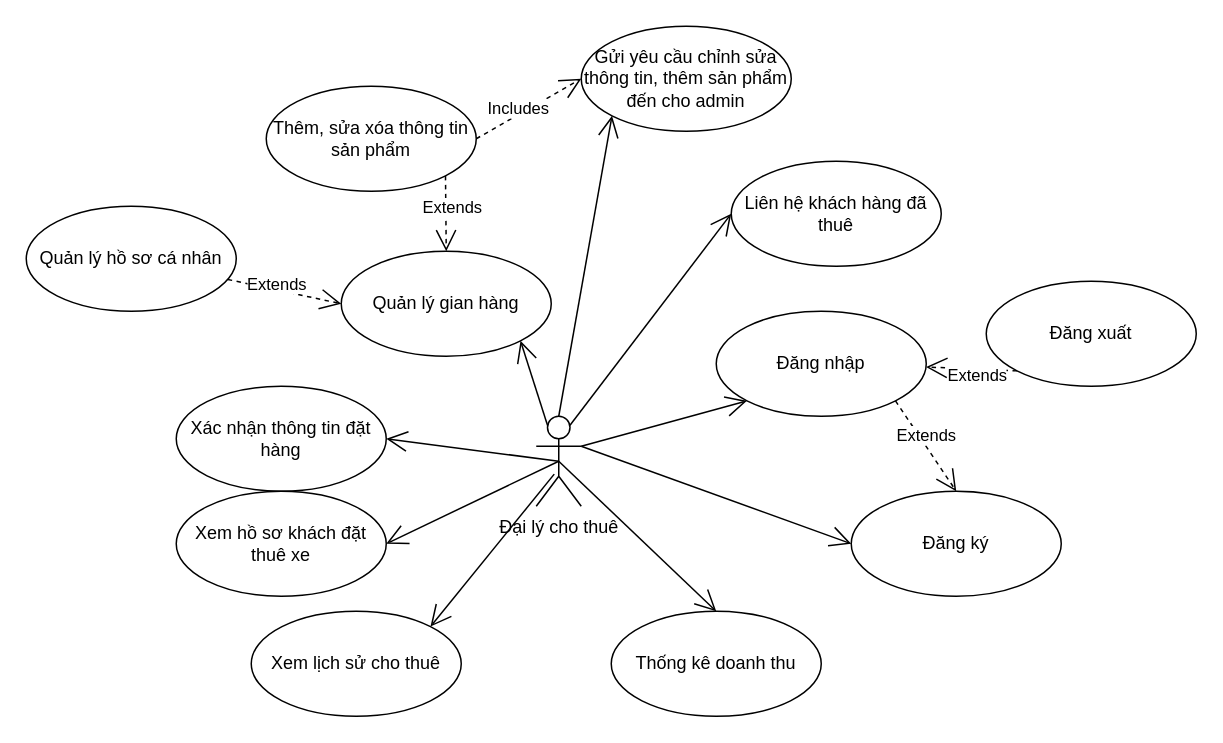
Above: page "Page-3" (3 of 7) of use-case.drawio in xuanthangsn/bicycle-rental-service (draw.io), before the change. Source tidied: cells renumbered, new cells numbered last; positions are measured from the earlier drawing's top-left corner, leaving out a move shared by most shapes. Both pictures are drawn from the tidied source at 150%, with x=0, y=0 at pixel (26, 26).
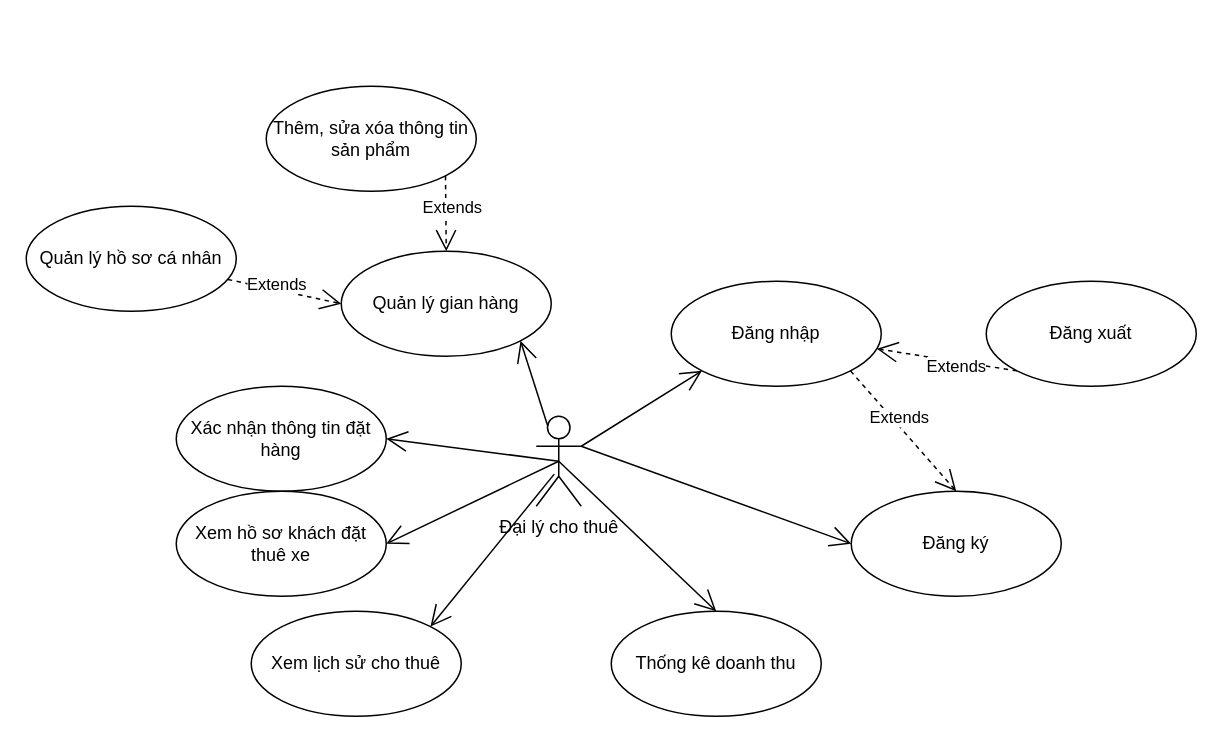
After the change.

Unchanged cells that the change refers to:
```xml
<mxCell id="2" value="Đại lý cho thuê" style="shape=umlActor;verticalLabelPosition=bottom;verticalAlign=top;html=1;" parent="1" vertex="1">
  <mxGeometry x="340" y="260" width="30" height="60" as="geometry" />
</mxCell>
<mxCell id="14" value="Thêm, sửa xóa thông tin sản phẩm" style="ellipse;whiteSpace=wrap;html=1;" parent="1" vertex="1">
  <mxGeometry x="160" y="40" width="140" height="70" as="geometry" />
</mxCell>
```

The edit, as a diff of the source:
```diff
@@
     <mxCell id="3" value="Đăng nhập" style="ellipse;whiteSpace=wrap;html=1;" parent="1" vertex="1">
-      <mxGeometry x="460" y="190" width="140" height="70" as="geometry" />
+      <mxGeometry x="430" y="170" width="140" height="70" as="geometry" />
     </mxCell>
@@
-    <mxCell id="22" value="Gửi yêu cầu chỉnh sửa thông tin, thêm sản phẩm đến cho admin" style="ellipse;whiteSpace=wrap;html=1;" parent="1" vertex="1">
-      <mxGeometry x="370" width="140" height="70" as="geometry" />
-    </mxCell>
-    <mxCell id="23" value="Includes" style="endArrow=open;endSize=12;dashed=1;html=1;rounded=0;exitX=1;exitY=0.5;exitDx=0;exitDy=0;entryX=0;entryY=0.5;entryDx=0;entryDy=0;" parent="1" edge="1" source="14" target="22">
-      <mxGeometry x="-0.15" y="4" relative="1" as="geometry" />
-    </mxCell>
-    <mxCell id="24" style="endArrow=open;endFill=1;endSize=12;html=1;rounded=0;entryX=0;entryY=1;entryDx=0;entryDy=0;exitX=0.5;exitY=0;exitDx=0;exitDy=0;exitPerimeter=0;" parent="1" edge="1" source="2" target="22">
-      <mxGeometry relative="1" as="geometry" />
-    </mxCell>
-    <mxCell id="25" value="Liên hệ khách hàng đã thuê" style="ellipse;whiteSpace=wrap;html=1;" parent="1" vertex="1">
-      <mxGeometry x="470" y="90" width="140" height="70" as="geometry" />
-    </mxCell>
-    <mxCell id="26" style="endArrow=open;endFill=1;endSize=12;html=1;rounded=0;exitX=0.75;exitY=0.1;exitDx=0;exitDy=0;exitPerimeter=0;entryX=0;entryY=0.5;entryDx=0;entryDy=0;" parent="1" edge="1" source="2" target="25">
-      <mxGeometry relative="1" as="geometry" />
-    </mxCell>
```
